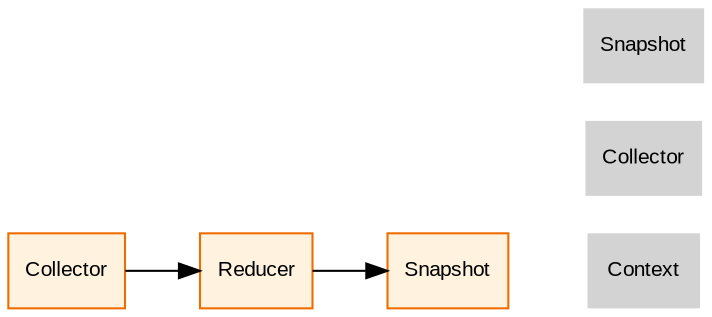
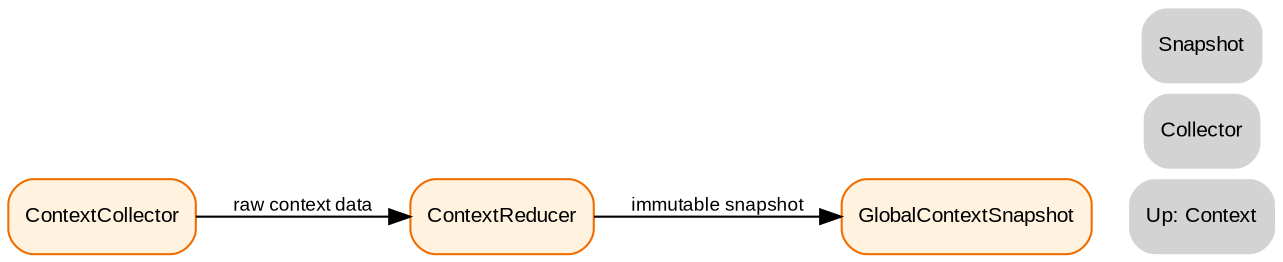
digraph Reducer {
+     // ROADMAP_ID: context.reducer
+     // ROADMAP_PARENT: context/20_context.dot
+     // ROADMAP_NOTE[phase2_4c]:
+     // Correction des liens : le reducer est un détail du Context Fabric, pas un
+     // sous-répertoire reducer/.
+ 
    rankdir=LR;
-     node [shape=box, style=filled, fontname="Arial", fontsize=10];
+     node [shape=box, style="rounded,filled", fontname="Arial", fontsize=10];
+     edge [fontname="Arial", fontsize=9];

-     Collector [fillcolor="#fff3e0", color="#ef6c00", URL="../collector/21_collector.svg"];
-     Reducer [fillcolor="#fff3e0", color="#ef6c00", URL="../20_context.svg"];
-     Snapshot [fillcolor="#fff3e0", color="#ef6c00", URL="../snapshot/23_snapshot.svg"];
+     Collector [label="ContextCollector", fillcolor="#fff3e0", color="#ef6c00", URL="21_collector.svg"];
+     Reducer [label="ContextReducer", fillcolor="#fff3e0", color="#ef6c00", URL="20_context.svg"];
+     Snapshot [label="GlobalContextSnapshot", fillcolor="#fff3e0", color="#ef6c00", URL="23_snapshot.svg"];

-     // Edges
-     Collector -> Reducer;   // Données brutes
-     Reducer -> Snapshot;    // Produit un snapshot
+     Collector -> Reducer [label="raw context data"];
+     Reducer -> Snapshot [label="immutable snapshot"];

-     // Navigation
-     Nav_Context [label="Context", shape=plaintext, URL="../20_context.svg"];
-     Nav_Collector [label="Collector", shape=plaintext, URL="../collector/21_collector.svg"];
-     Nav_Snapshot [label="Snapshot", shape=plaintext, URL="../snapshot/23_snapshot.svg"];
+     Nav_Context [label="Up: Context", shape=plaintext, URL="20_context.svg"];
+     Nav_Collector [label="Collector", shape=plaintext, URL="21_collector.svg"];
+     Nav_Snapshot [label="Snapshot", shape=plaintext, URL="23_snapshot.svg"];
+ 
    { rank=sink; Nav_Context; Nav_Collector; Nav_Snapshot; }
}
